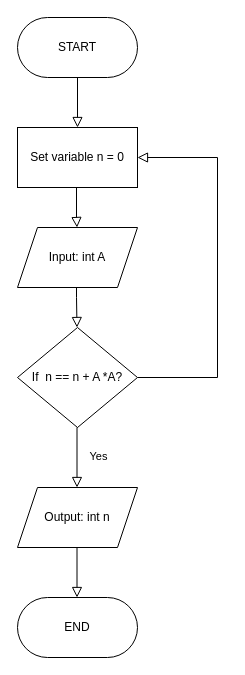
This is Untitled Diagram.drawio from Irawo2022/thonny, a draw.io file, before an edit. Source tidied: cells renumbered, new cells numbered last; positions are measured from the earlier drawing's top-left corner, leaving out a move shared by most shapes. Both pictures are drawn from the tidied source at 100%, with x=0, y=0 at pixel (17, 17).
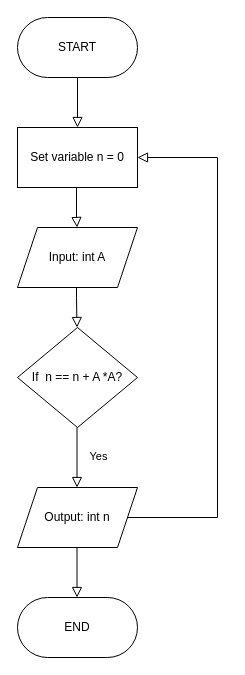
After the change.

Commit message:
alx first pseudocode

The change refers to these unchanged cells:
```xml
<mxCell id="6" value="Set variable n = 0" style="rounded=0;whiteSpace=wrap;html=1;" parent="1" vertex="1">
  <mxGeometry y="110" width="120" height="60" as="geometry" />
</mxCell>
<mxCell id="10" value="If&amp;nbsp; n == n + A *A?" style="rhombus;whiteSpace=wrap;html=1;" parent="1" vertex="1">
  <mxGeometry y="310" width="120" height="100" as="geometry" />
</mxCell>
<mxCell id="11" value="Output: int n" style="shape=parallelogram;perimeter=parallelogramPerimeter;whiteSpace=wrap;html=1;fixedSize=1;" parent="1" vertex="1">
  <mxGeometry y="470" width="120" height="60" as="geometry" />
</mxCell>
```

Diff of the diagram source:
```diff
@@
-    <mxCell id="3" style="edgeStyle=orthogonalEdgeStyle;rounded=0;html=1;jettySize=auto;fontSize=11;endArrow=block;endFill=0;endSize=8;strokeWidth=1;shadow=0;labelBackgroundColor=none;exitX=1;exitY=0.5;exitDx=0;exitDy=0;entryX=1;entryY=0.5;entryDx=0;entryDy=0;" parent="1" edge="1" source="10" target="6">
+    <mxCell id="3" style="edgeStyle=orthogonalEdgeStyle;rounded=0;html=1;jettySize=auto;fontSize=11;endArrow=block;endFill=0;endSize=8;strokeWidth=1;shadow=0;labelBackgroundColor=none;exitX=1;exitY=0.5;exitDx=0;exitDy=0;entryX=1;entryY=0.5;entryDx=0;entryDy=0;" parent="1" edge="1" source="11" target="6">
       <mxGeometry y="10" relative="1" as="geometry">
         <Array as="points">
-          <mxPoint x="200" y="360" />
+          <mxPoint x="200" y="500" />
           <mxPoint x="200" y="140" />
         </Array>
       </mxGeometry>
     </mxCell>
```
